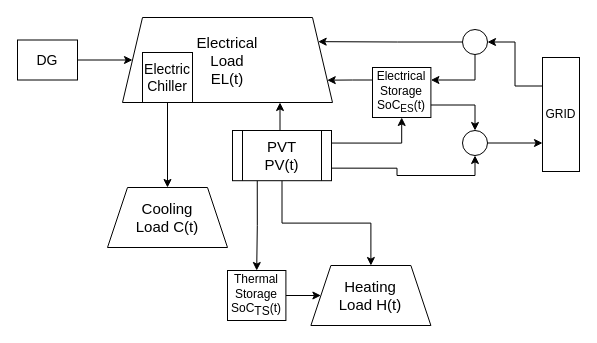
Above: SA_T.drawio in neethumaya/RoughWork (draw.io), before the change. Source tidied: cells renumbered, new cells numbered last; positions are measured from the earlier drawing's top-left corner, leaving out a move shared by most shapes. Both pictures are drawn from the tidied source at 100%, with x=0, y=0 at pixel (17, 17).
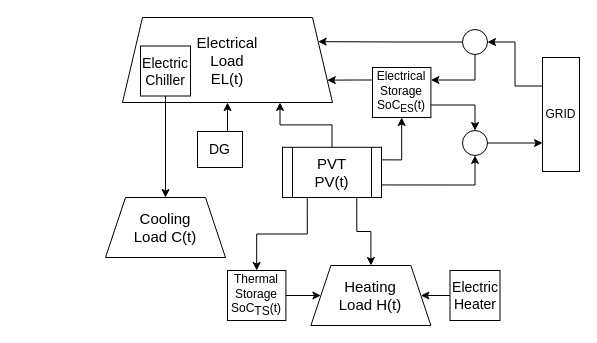
The same diagram, later.

Unchanged cells that the change refers to:
```xml
<mxCell id="10" value="Electrical &lt;br&gt;Load&lt;br&gt;EL(t)" style="shape=trapezoid;perimeter=trapezoidPerimeter;whiteSpace=wrap;html=1;fixedSize=1;fontSize=15;" parent="1" vertex="1">
  <mxGeometry x="105" width="210" height="85" as="geometry" />
</mxCell>
<mxCell id="25" value="Heating&lt;br&gt;Load H(t)" style="shape=trapezoid;perimeter=trapezoidPerimeter;whiteSpace=wrap;html=1;fixedSize=1;fontSize=15;" parent="1" vertex="1">
  <mxGeometry x="293.4" y="248" width="120" height="60" as="geometry" />
</mxCell>
```

What changed in the source:
```diff
@@
-    <mxCell id="5" style="edgeStyle=orthogonalEdgeStyle;rounded=0;jettySize=auto;html=1;exitX=0.5;exitY=1;exitDx=0;exitDy=0;entryX=0.5;entryY=0;entryDx=0;entryDy=0;" parent="1" edge="1" source="7" target="25">
+    <mxCell id="5" style="edgeStyle=orthogonalEdgeStyle;rounded=0;jettySize=auto;html=1;exitX=0.75;exitY=1;exitDx=0;exitDy=0;entryX=0.5;entryY=0;entryDx=0;entryDy=0;" parent="1" edge="1" source="7" target="25">
       <mxGeometry relative="1" as="geometry" />
     </mxCell>
@@
     <mxCell id="7" value="PVT&lt;br&gt;PV(t)" style="shape=process;whiteSpace=wrap;html=1;backgroundOutline=1;fontSize=15;" parent="1" vertex="1">
-      <mxGeometry x="215" y="113" width="99" height="50.2" as="geometry" />
+      <mxGeometry x="265" y="129.8" width="99" height="50.2" as="geometry" />
     </mxCell>
-    <mxCell id="8" style="edgeStyle=orthogonalEdgeStyle;rounded=0;jettySize=auto;html=1;entryX=0;entryY=0.5;entryDx=0;entryDy=0;" parent="1" edge="1" source="9" target="10">
+    <mxCell id="8" style="edgeStyle=orthogonalEdgeStyle;rounded=0;jettySize=auto;html=1;exitX=0.5;exitY=0;exitDx=0;exitDy=0;entryX=0.5;entryY=1;entryDx=0;entryDy=0;" parent="1" edge="1" source="9" target="10">
       <mxGeometry relative="1" as="geometry" />
     </mxCell>
     <mxCell id="9" value="DG" style="rounded=0;whiteSpace=wrap;html=1;fontSize=14;" parent="1" vertex="1">
-      <mxGeometry y="22.5" width="60" height="40" as="geometry" />
+      <mxGeometry x="180" y="114" width="45" height="36" as="geometry" />
     </mxCell>
@@
     <mxCell id="12" value="Electric&lt;br&gt;Chiller" style="whiteSpace=wrap;html=1;fontSize=14;" parent="1" vertex="1">
-      <mxGeometry x="125" y="35" width="50" height="50" as="geometry" />
+      <mxGeometry x="123" y="28.5" width="50" height="50" as="geometry" />
     </mxCell>
@@
     <mxCell id="20" value="Cooling&lt;br&gt;Load C(t)" style="shape=trapezoid;perimeter=trapezoidPerimeter;whiteSpace=wrap;html=1;fixedSize=1;fontSize=15;" parent="1" vertex="1">
-      <mxGeometry x="90" y="170" width="120" height="60" as="geometry" />
+      <mxGeometry x="88" y="180" width="120" height="60" as="geometry" />
     </mxCell>
@@
+    <mxCell id="27" style="edgeStyle=orthogonalEdgeStyle;rounded=0;jettySize=auto;html=1;" parent="1" edge="1" source="28" target="25">
+      <mxGeometry relative="1" as="geometry" />
+    </mxCell>
+    <mxCell id="28" value="Electric&lt;br&gt;Heater" style="whiteSpace=wrap;html=1;fontSize=14;" parent="1" vertex="1">
+      <mxGeometry x="432.5" y="253" width="50" height="50" as="geometry" />
+    </mxCell>
```
